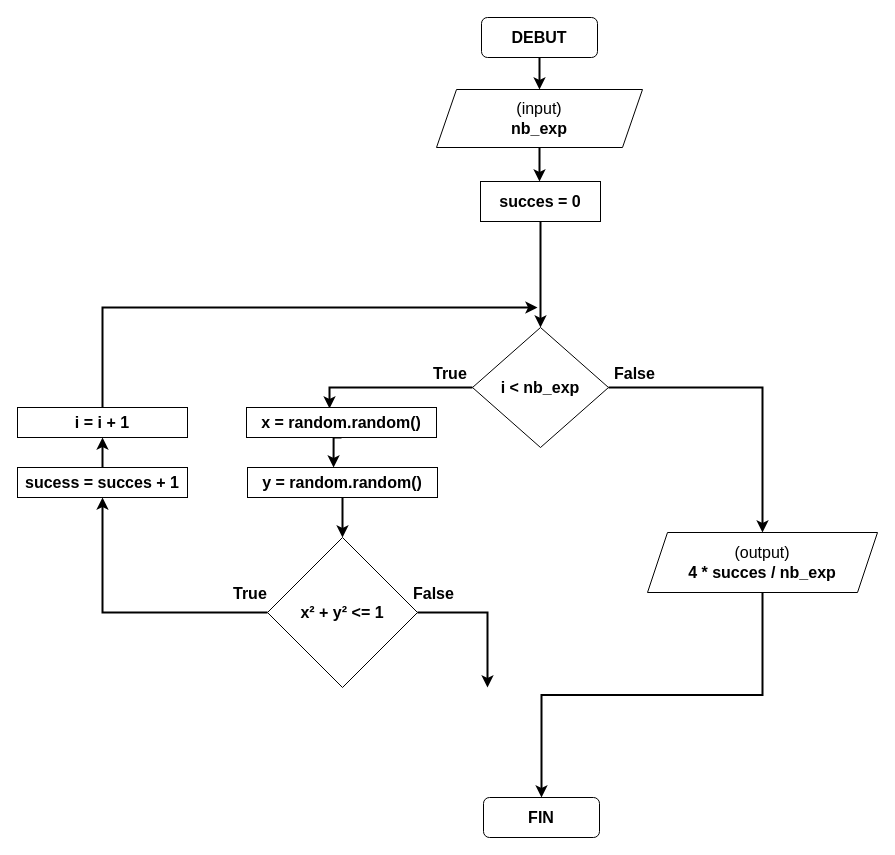
The draw.io diagram 2M/strategies/graphs/MonteCarloPi_Faux.drawio in vkeller/modulo-gybe, before the edit. Source tidied: cells renumbered, new cells numbered last; positions are measured from the earlier drawing's top-left corner, leaving out a move shared by most shapes. Both pictures are drawn from the tidied source at 100%, with x=0, y=0 at pixel (17, 17).
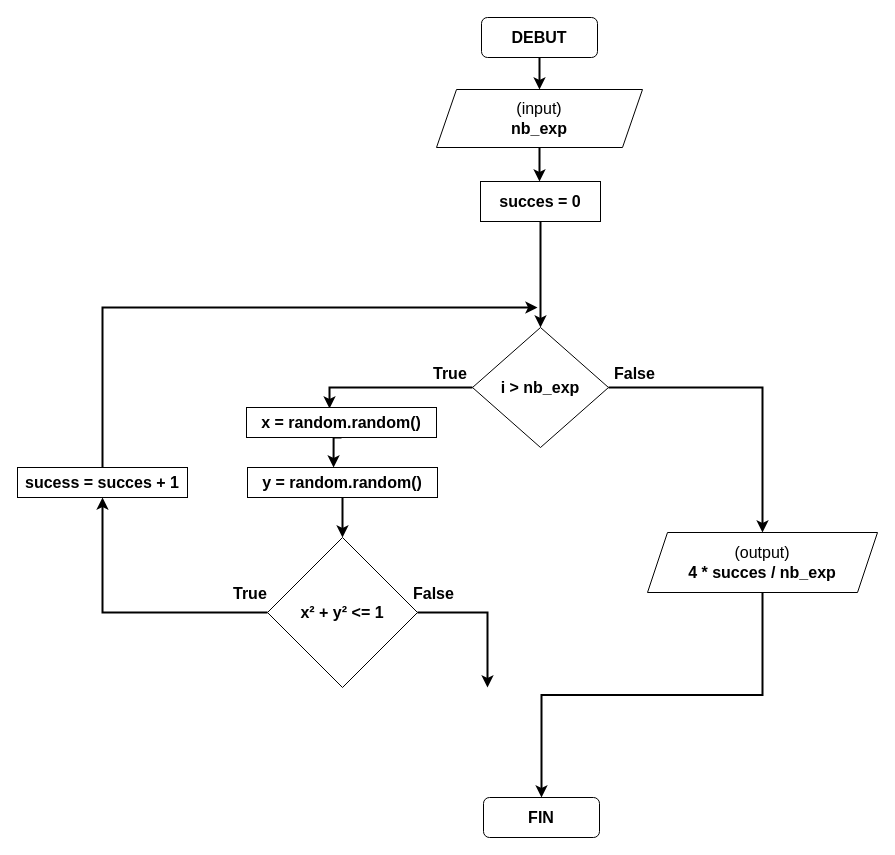
After the change.

Commit message (it also covers changes not shown here):
Modif MC False

The change refers to these unchanged cells:
```xml
<mxCell id="21" value="&lt;b&gt;sucess = succes + 1&lt;/b&gt;" style="rounded=0;whiteSpace=wrap;html=1;fontSize=16;" parent="1" vertex="1">
  <mxGeometry y="450" width="170" height="30" as="geometry" />
</mxCell>
```

The edit, as a diff of the source:
```diff
@@
-    <mxCell id="11" value="&lt;b&gt;i &amp;lt; nb_exp&lt;/b&gt;" style="rhombus;whiteSpace=wrap;html=1;fontSize=16;" parent="1" vertex="1">
+    <mxCell id="11" value="&lt;b&gt;i &amp;gt; nb_exp&lt;/b&gt;" style="rhombus;whiteSpace=wrap;html=1;fontSize=16;" parent="1" vertex="1">
       <mxGeometry x="455" y="310" width="136" height="120" as="geometry" />
     </mxCell>
@@
-    <mxCell id="20" style="edgeStyle=orthogonalEdgeStyle;rounded=0;jettySize=auto;html=1;exitX=0.5;exitY=0;exitDx=0;exitDy=0;entryX=0.5;entryY=1;entryDx=0;entryDy=0;strokeWidth=2;fontSize=16;" parent="1" edge="1" source="21" target="22">
-      <mxGeometry relative="1" as="geometry" />
-    </mxCell>
@@
-    <mxCell id="22" value="&lt;b&gt;i = i + 1&lt;/b&gt;" style="rounded=0;whiteSpace=wrap;html=1;fontSize=16;" parent="1" vertex="1">
-      <mxGeometry y="390" width="170" height="30" as="geometry" />
-    </mxCell>
-    <mxCell id="23" style="endArrow=classic;html=1;rounded=0;strokeWidth=2;fontSize=16;exitX=0.5;exitY=0;exitDx=0;exitDy=0;" parent="1" edge="1" source="22">
+    <mxCell id="23" style="endArrow=classic;html=1;rounded=0;strokeWidth=2;fontSize=16;exitX=0.5;exitY=0;exitDx=0;exitDy=0;" parent="1" edge="1" source="21">
       <mxGeometry relative="1" as="geometry">
         <mxPoint x="520" y="290" as="targetPoint" />
         <Array as="points">
           <mxPoint x="85" y="290" />
         </Array>
       </mxGeometry>
     </mxCell>
```
